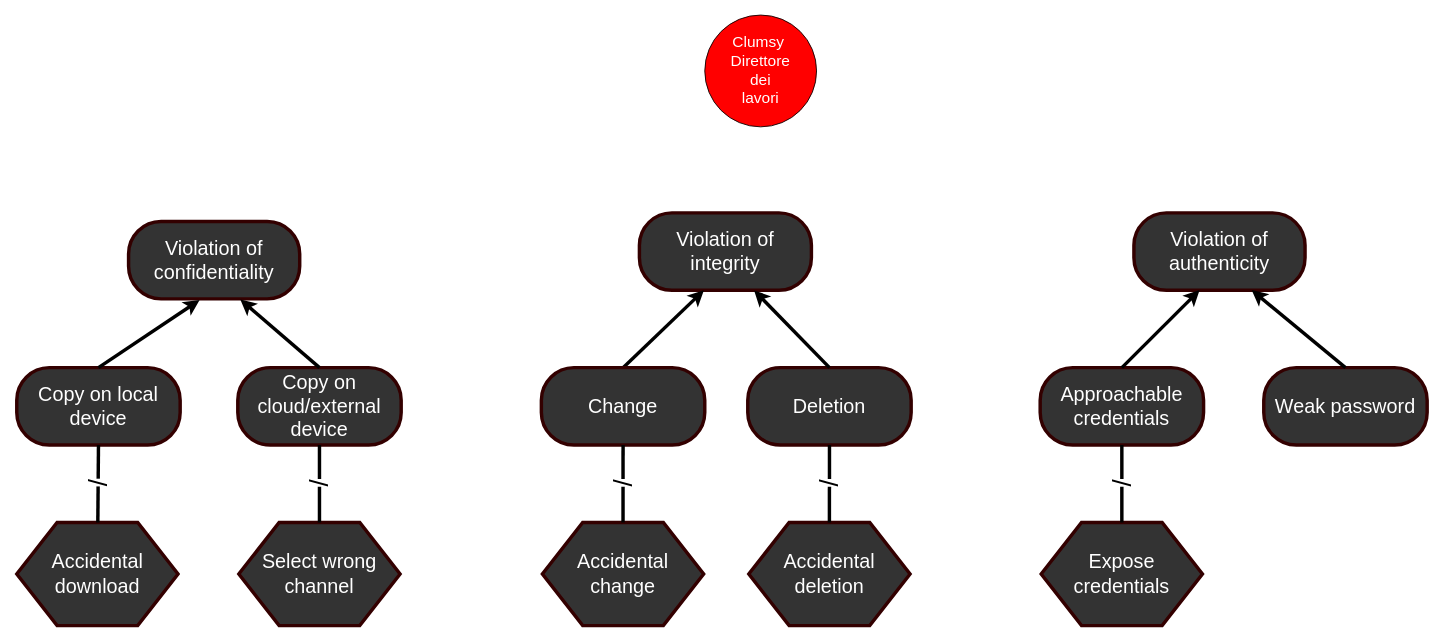
Before: Misuse attack trees.drawio in marzdeveloper/SoftwareCybersecurity, a draw.io diagram. Source tidied: cells renumbered, new cells numbered last; positions are measured from the earlier drawing's top-left corner, leaving out a move shared by most shapes. Both pictures are drawn from the tidied source at 86%, with x=0, y=0 at pixel (16, 15).
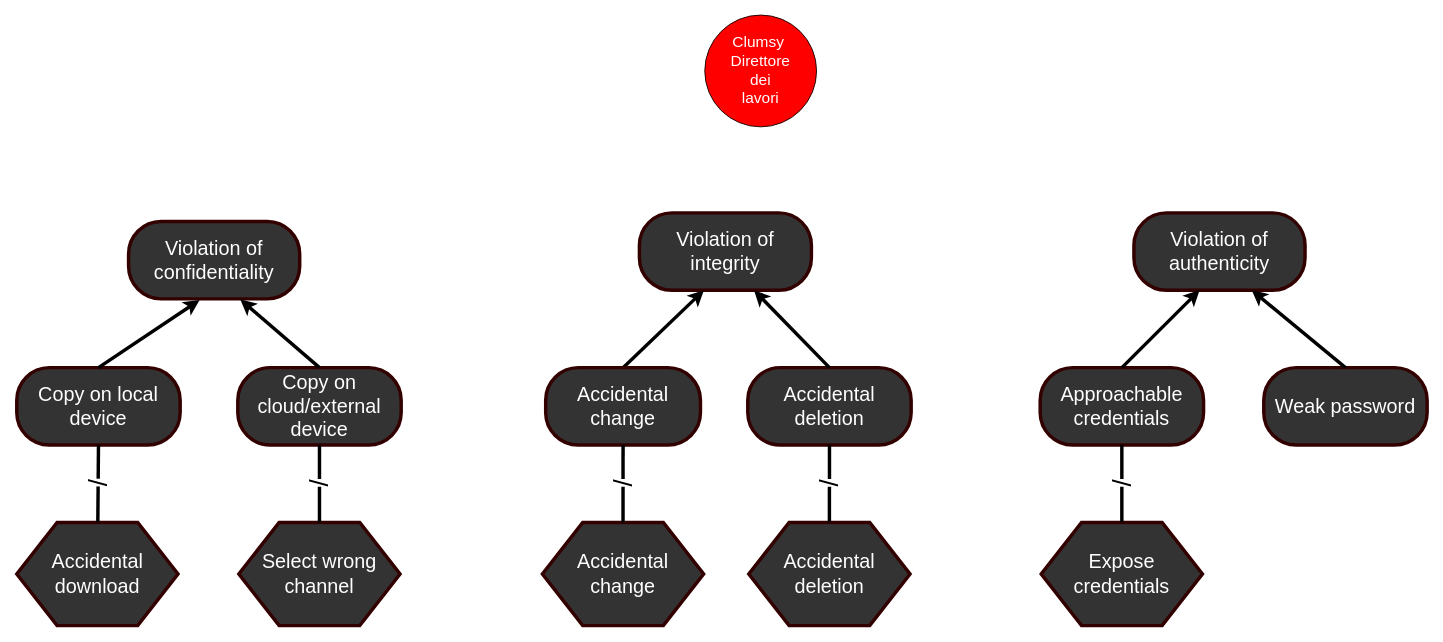
Above is the later version.

What changed in the source:
```diff
@@
-    <mxCell id="15" value="&lt;font color=&quot;#ffffff&quot;&gt;&lt;span style=&quot;font-size: 23px&quot;&gt;Change&lt;/span&gt;&lt;/font&gt;" style="rounded=1;whiteSpace=wrap;html=1;strokeColor=#330000;strokeWidth=4;fillColor=#333333;gradientColor=none;arcSize=42;" parent="1" vertex="1">
-      <mxGeometry x="610" y="410" width="190" height="90" as="geometry" />
+    <mxCell id="15" value="&lt;font color=&quot;#ffffff&quot;&gt;&lt;span style=&quot;font-size: 23px&quot;&gt;Accidental change&lt;/span&gt;&lt;/font&gt;" style="rounded=1;whiteSpace=wrap;html=1;strokeColor=#330000;strokeWidth=4;fillColor=#333333;gradientColor=none;arcSize=42;" parent="1" vertex="1">
+      <mxGeometry x="615" y="410" width="180" height="90" as="geometry" />
     </mxCell>
-    <mxCell id="16" value="&lt;font color=&quot;#ffffff&quot;&gt;&lt;span style=&quot;font-size: 23px&quot;&gt;Deletion&lt;/span&gt;&lt;/font&gt;" style="rounded=1;whiteSpace=wrap;html=1;strokeColor=#330000;strokeWidth=4;fillColor=#333333;gradientColor=none;arcSize=42;" parent="1" vertex="1">
+    <mxCell id="16" value="&lt;font color=&quot;#ffffff&quot;&gt;&lt;span style=&quot;font-size: 23px&quot;&gt;Accidental deletion&lt;/span&gt;&lt;/font&gt;" style="rounded=1;whiteSpace=wrap;html=1;strokeColor=#330000;strokeWidth=4;fillColor=#333333;gradientColor=none;arcSize=42;" parent="1" vertex="1">
       <mxGeometry x="850" y="410" width="190" height="90" as="geometry" />
     </mxCell>
```
